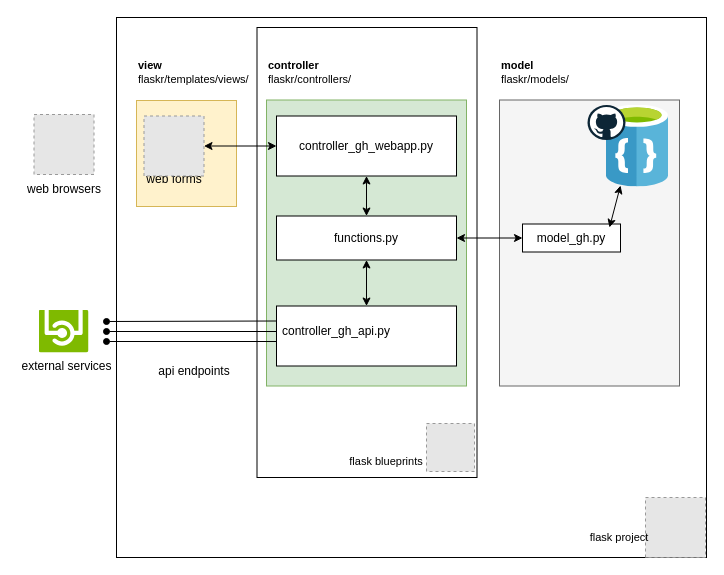
Above: flaskr/docs/Untitled Diagram.drawio in datahappy1/flask_mvc_github_example_project (draw.io), before the change. Source tidied: cells renumbered, new cells numbered last; positions are measured from the earlier drawing's top-left corner, leaving out a move shared by most shapes. Both pictures are drawn from the tidied source at 100%, with x=0, y=0 at pixel (17, 17). Pictures stored in the file or linked from it are replaced by grey dashed boxes.
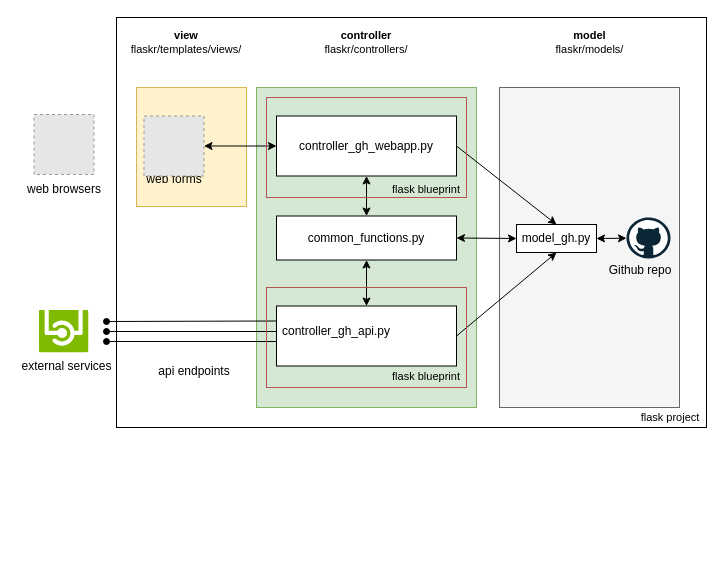
After the change.

The change refers to these unchanged cells:
```xml
<mxCell id="8" style="rounded=0;whiteSpace=wrap;html=1;" parent="1" vertex="1">
  <mxGeometry x="259" y="98.5" width="180" height="60" as="geometry" />
</mxCell>
<mxCell id="9" style="rounded=0;whiteSpace=wrap;html=1;" parent="1" vertex="1">
  <mxGeometry x="259" y="288.5" width="180" height="60" as="geometry" />
</mxCell>
```

Change to the diagram source:
```diff
@@
     <mxCell id="2" style="rounded=0;whiteSpace=wrap;html=1;fontSize=11;align=left;" parent="1" vertex="1">
-      <mxGeometry x="99" width="590" height="540" as="geometry" />
+      <mxGeometry x="99" width="590" height="410" as="geometry" />
     </mxCell>
-    <mxCell id="3" style="rounded=0;whiteSpace=wrap;html=1;fontSize=11;align=left;" parent="1" vertex="1">
-      <mxGeometry x="239.5" y="10" width="220" height="450" as="geometry" />
-    </mxCell>
+    <mxCell id="38" style="rounded=0;whiteSpace=wrap;html=1;fillColor=#d5e8d4;align=center;strokeColor=#82b366;" parent="1" vertex="1">
+      <mxGeometry x="239" y="70" width="220" height="320" as="geometry" />
+    </mxCell>
     <mxCell id="4" style="rounded=0;whiteSpace=wrap;html=1;fillColor=#fff2cc;strokeColor=#d6b656;" parent="1" vertex="1">
-      <mxGeometry x="119" y="83" width="100" height="106" as="geometry" />
+      <mxGeometry x="119" y="70" width="110" height="119" as="geometry" />
     </mxCell>
     <mxCell id="5" style="rounded=0;whiteSpace=wrap;html=1;fillColor=#f5f5f5;strokeColor=#666666;fontColor=#333333;" parent="1" vertex="1">
-      <mxGeometry x="482" y="82.5" width="180" height="286" as="geometry" />
+      <mxGeometry x="482" y="70" width="180" height="320" as="geometry" />
     </mxCell>
-    <mxCell id="6" style="rounded=0;whiteSpace=wrap;html=1;fillColor=#d5e8d4;strokeColor=#82b366;" parent="1" vertex="1">
-      <mxGeometry x="249" y="82.5" width="200" height="286" as="geometry" />
-    </mxCell>
@@
-    <mxCell id="14" value="&lt;span style=&quot;font-size: 11px&quot;&gt;&lt;b&gt;model&lt;/b&gt;&lt;br&gt;flaskr/models/&lt;br&gt;&lt;/span&gt;" style="text;html=1;strokeColor=none;fillColor=none;align=left;verticalAlign=middle;whiteSpace=wrap;rounded=0;fontSize=11;" parent="1" vertex="1">
-      <mxGeometry x="482" y="30" width="181" height="49" as="geometry" />
+    <mxCell id="14" value="&lt;span style=&quot;font-size: 11px&quot;&gt;&lt;b&gt;model&lt;/b&gt;&lt;br&gt;flaskr/models/&lt;br&gt;&lt;/span&gt;" style="text;html=1;strokeColor=none;fillColor=none;align=center;verticalAlign=middle;whiteSpace=wrap;rounded=0;fontSize=11;" parent="1" vertex="1">
+      <mxGeometry x="482" width="181" height="49" as="geometry" />
     </mxCell>
@@
-    <mxCell id="16" value="functions.py" style="text;html=1;strokeColor=none;fillColor=none;align=center;verticalAlign=middle;whiteSpace=wrap;rounded=0;" parent="1" vertex="1">
+    <mxCell id="16" value="common_functions.py" style="text;html=1;strokeColor=none;fillColor=none;align=center;verticalAlign=middle;whiteSpace=wrap;rounded=0;" parent="1" vertex="1">
       <mxGeometry x="329" y="210.5" width="40" height="20" as="geometry" />
     </mxCell>
@@
-    <mxCell id="19" value="controller&lt;br&gt;&lt;span style=&quot;font-weight: normal&quot;&gt;flaskr/controllers/&lt;/span&gt;&lt;br&gt;" style="text;html=1;strokeColor=none;fillColor=none;align=left;verticalAlign=middle;whiteSpace=wrap;rounded=0;fontStyle=1;fontSize=11;" parent="1" vertex="1">
-      <mxGeometry x="249" y="30" width="200" height="49" as="geometry" />
+    <mxCell id="19" value="controller&lt;br&gt;&lt;span style=&quot;font-weight: normal&quot;&gt;flaskr/controllers/&lt;/span&gt;&lt;br&gt;" style="text;html=1;strokeColor=none;fillColor=none;align=center;verticalAlign=middle;whiteSpace=wrap;rounded=0;fontStyle=1;fontSize=11;" parent="1" vertex="1">
+      <mxGeometry x="249" width="200" height="49" as="geometry" />
     </mxCell>
@@
     <mxCell id="23" value="model_gh.py" style="rounded=0;whiteSpace=wrap;html=1;" parent="1" vertex="1">
-      <mxGeometry x="505" y="206.5" width="98" height="28" as="geometry" />
+      <mxGeometry x="499" y="207" width="80" height="28" as="geometry" />
     </mxCell>
@@
-    <mxCell id="25" value="view &lt;br style=&quot;font-size: 11px&quot;&gt;&lt;span style=&quot;font-weight: normal&quot;&gt;flaskr/templates/views/&lt;/span&gt;" style="text;html=1;strokeColor=none;fillColor=none;align=left;verticalAlign=middle;whiteSpace=wrap;rounded=0;fontStyle=1;fontSize=11;" parent="1" vertex="1">
-      <mxGeometry x="119" y="30" width="120" height="49" as="geometry" />
+    <mxCell id="25" value="view &lt;br style=&quot;font-size: 11px&quot;&gt;&lt;span style=&quot;font-weight: normal&quot;&gt;flaskr/templates/views/&lt;/span&gt;" style="text;html=1;strokeColor=none;fillColor=none;align=center;verticalAlign=middle;whiteSpace=wrap;rounded=0;fontStyle=1;fontSize=11;" parent="1" vertex="1">
+      <mxGeometry x="109" width="120" height="49" as="geometry" />
     </mxCell>
-    <mxCell id="26" style="endArrow=classic;startArrow=classic;html=1;entryX=0.226;entryY=0.982;entryDx=0;entryDy=0;entryPerimeter=0;" parent="1" edge="1" target="33">
-      <mxGeometry relative="1" as="geometry">
-        <mxPoint x="592" y="210" as="sourcePoint" />
-      </mxGeometry>
+    <mxCell id="26" style="endArrow=classic;startArrow=classic;html=1;exitX=1;exitY=0.5;exitDx=0;exitDy=0;" parent="1" edge="1" source="23" target="34">
+      <mxGeometry relative="1" as="geometry" />
     </mxCell>
-    <mxCell id="27" value="flask blueprints" style="text;html=1;strokeColor=none;fillColor=none;align=center;verticalAlign=middle;whiteSpace=wrap;rounded=0;fontSize=11;" parent="1" vertex="1">
-      <mxGeometry x="329" y="434" width="80" height="20" as="geometry" />
+    <mxCell id="27" value="flask blueprint&lt;br&gt;" style="text;html=1;strokeColor=none;fillColor=none;align=center;verticalAlign=middle;whiteSpace=wrap;rounded=0;fontSize=11;" parent="1" vertex="1">
+      <mxGeometry x="369" y="348.5" width="80" height="20" as="geometry" />
     </mxCell>
-    <mxCell id="28" style="fillColor=#E6E6E6;strokeColor=#999999;dashed=1;html=1;verticalAlign=top;verticalLabelPosition=bottom;labelBackgroundColor=#ffffff;fontSize=11;align=left;" parent="1" vertex="1">
-      <mxGeometry x="628" y="480" width="60" height="60" as="geometry" />
-    </mxCell>
     <mxCell id="29" value="flask project" style="text;html=1;strokeColor=none;fillColor=none;align=center;verticalAlign=middle;whiteSpace=wrap;rounded=0;fontSize=11;" parent="1" vertex="1">
-      <mxGeometry x="570" y="510" width="64" height="20" as="geometry" />
+      <mxGeometry x="621" y="390" width="64" height="20" as="geometry" />
     </mxCell>
@@
-    <mxCell id="33" style="html=1;perimeter=none;align=center;shadow=0;dashed=0;image;fontSize=12;image=img/lib/mscae/DocumentDB.svg;" parent="1" vertex="1">
-      <mxGeometry x="589" y="87.5" width="62" height="82" as="geometry" />
-    </mxCell>
     <mxCell id="34" style="dashed=0;outlineConnect=0;html=1;align=center;labelPosition=center;verticalLabelPosition=bottom;verticalAlign=top;shape=mxgraph.weblogos.github;" parent="1" vertex="1">
-      <mxGeometry x="570" y="87.5" width="38" height="35" as="geometry" />
+      <mxGeometry x="609" y="200" width="44" height="41" as="geometry" />
     </mxCell>
-    <mxCell id="35" style="fillColor=#E6E6E6;strokeColor=#999999;dashed=1;html=1;verticalAlign=top;verticalLabelPosition=bottom;labelBackgroundColor=#ffffff;" parent="1" vertex="1">
-      <mxGeometry x="409" y="406" width="48" height="48" as="geometry" />
-    </mxCell>
@@
+    <mxCell id="39" style="endArrow=classic;html=1;entryX=0.5;entryY=1;entryDx=0;entryDy=0;exitX=1;exitY=0.5;exitDx=0;exitDy=0;" parent="1" edge="1" source="9" target="23">
+      <mxGeometry relative="1" as="geometry" />
+    </mxCell>
+    <mxCell id="40" style="endArrow=classic;html=1;entryX=0.5;entryY=0;entryDx=0;entryDy=0;exitX=1;exitY=0.5;exitDx=0;exitDy=0;" parent="1" edge="1" source="8" target="23">
+      <mxGeometry relative="1" as="geometry" />
+    </mxCell>
+    <mxCell id="41" style="rounded=0;whiteSpace=wrap;html=1;fontSize=11;align=left;fillColor=none;strokeColor=#b85450;" parent="1" vertex="1">
+      <mxGeometry x="249" y="80" width="200" height="100" as="geometry" />
+    </mxCell>
+    <mxCell id="3" style="rounded=0;whiteSpace=wrap;html=1;fontSize=11;align=left;fillColor=none;strokeColor=#b85450;" parent="1" vertex="1">
+      <mxGeometry x="249" y="270" width="200" height="100" as="geometry" />
+    </mxCell>
+    <mxCell id="42" value="flask blueprint&lt;br&gt;" style="text;html=1;strokeColor=none;fillColor=none;align=center;verticalAlign=middle;whiteSpace=wrap;rounded=0;fontSize=11;" parent="1" vertex="1">
+      <mxGeometry x="369" y="162" width="80" height="20" as="geometry" />
+    </mxCell>
+    <mxCell id="43" value="Github repo&lt;br&gt;" style="text;html=1;strokeColor=none;fillColor=none;align=center;verticalAlign=middle;whiteSpace=wrap;rounded=0;" parent="1" vertex="1">
+      <mxGeometry x="583" y="242.5" width="80" height="20" as="geometry" />
+    </mxCell>
```
